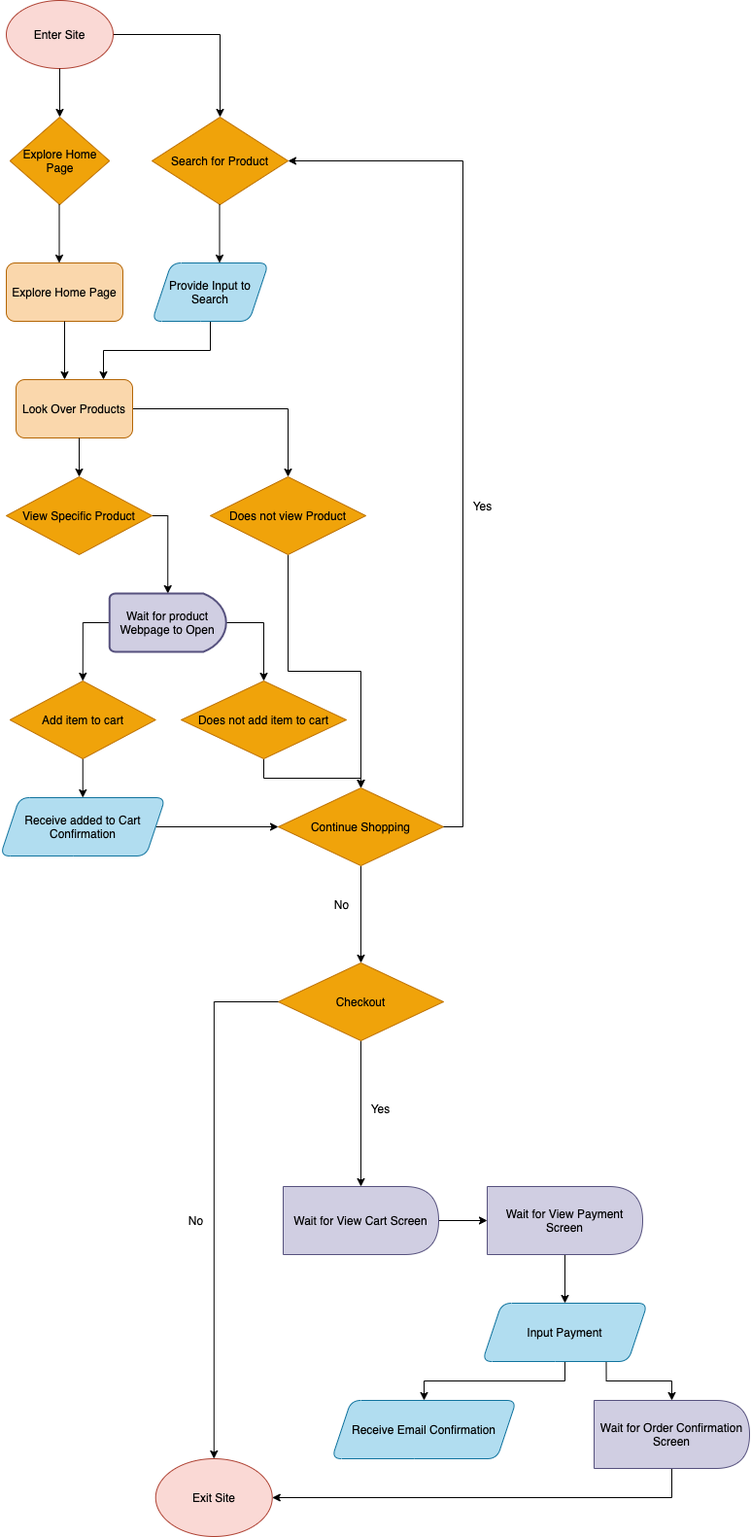
The draw.io diagram part2/part2.drawio.png in Peonylum/wi21-cse110-lab4, before a commit. Source tidied: cells renumbered, new cells last; positions are measured from the earlier drawing's top-left corner, leaving out a move shared by most shapes.
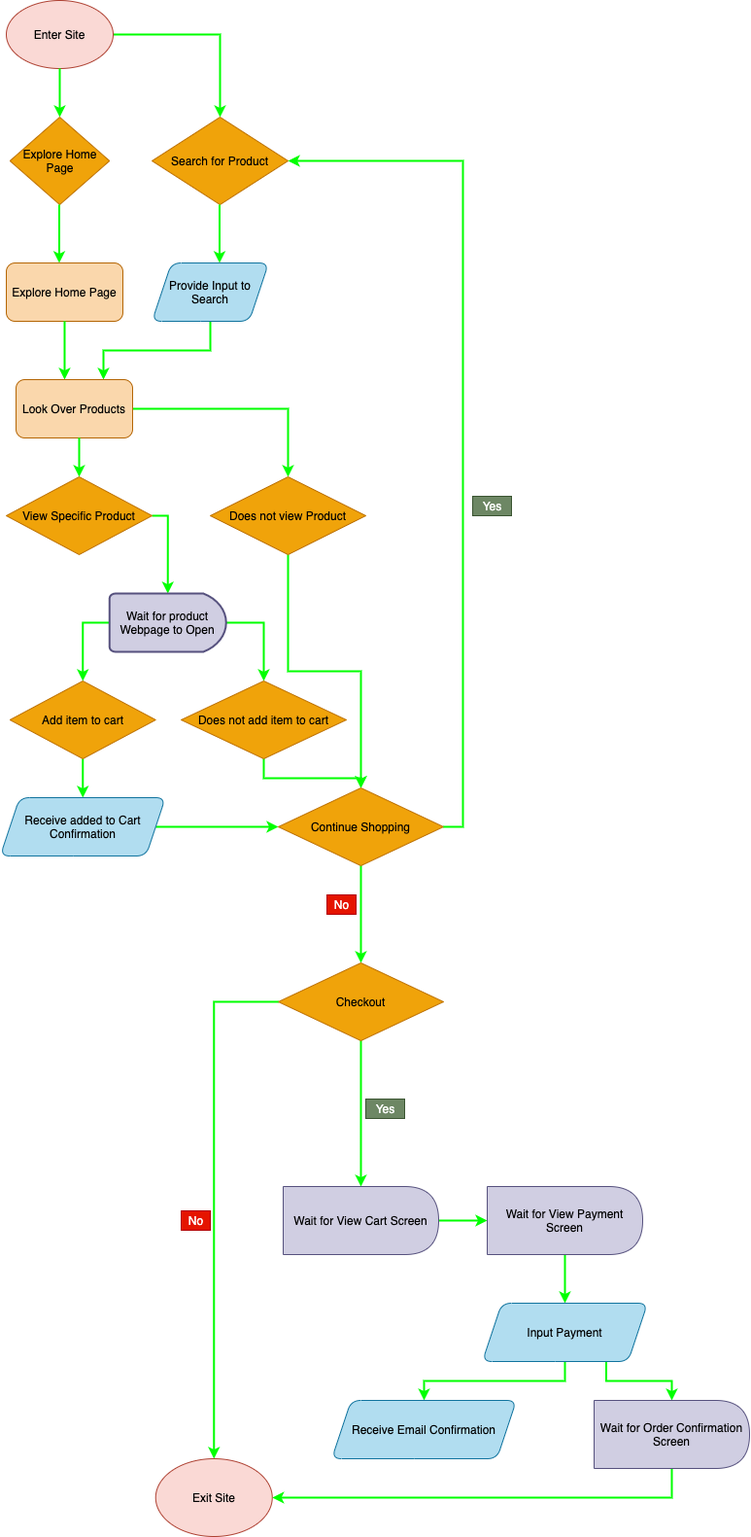
Later version of the same file.

Change to the diagram source:
```diff
@@ -2,13 +2,13 @@
   <root>
     <mxCell id="0" />
     <mxCell id="1" parent="0" />
-    <mxCell id="2" style="edgeStyle=orthogonalEdgeStyle;rounded=0;jettySize=auto;html=1;exitX=1;exitY=0.5;exitDx=0;exitDy=0;entryX=0.5;entryY=0;entryDx=0;entryDy=0;" parent="1" edge="1" source="3" target="13">
+    <mxCell id="2" style="edgeStyle=orthogonalEdgeStyle;rounded=0;jettySize=auto;html=1;exitX=1;exitY=0.5;exitDx=0;exitDy=0;entryX=0.5;entryY=0;entryDx=0;entryDy=0;strokeWidth=2;strokeColor=#00FF00;" parent="1" edge="1" source="3" target="13">
       <mxGeometry relative="1" as="geometry" />
     </mxCell>
     <mxCell id="3" value="&lt;font color=&quot;#000000&quot;&gt;Enter Site&lt;/font&gt;" style="ellipse;whiteSpace=wrap;html=1;fillColor=#fad9d5;strokeColor=#ae4132;" parent="1" vertex="1">
       <mxGeometry x="6" width="110" height="70" as="geometry" />
     </mxCell>
-    <mxCell id="4" style="endArrow=classic;html=1;exitX=0.5;exitY=1;exitDx=0;exitDy=0;" parent="1" edge="1" source="3">
+    <mxCell id="4" style="endArrow=classic;html=1;exitX=0.5;exitY=1;exitDx=0;exitDy=0;strokeWidth=2;strokeColor=#00FF00;" parent="1" edge="1" source="3">
       <mxGeometry relative="1" as="geometry">
         <mxPoint x="61" y="120" as="targetPoint" />
       </mxGeometry>
@@ -16,18 +16,18 @@
     <mxCell id="5" value="&lt;font color=&quot;#000000&quot;&gt;Explore Home Page&lt;/font&gt;" style="rounded=1;whiteSpace=wrap;html=1;fillColor=#fad7ac;strokeColor=#b46504;" parent="1" vertex="1">
       <mxGeometry x="6" y="270" width="120" height="60" as="geometry" />
     </mxCell>
-    <mxCell id="6" style="edgeStyle=orthogonalEdgeStyle;rounded=0;jettySize=auto;html=1;exitX=0.5;exitY=1;exitDx=0;exitDy=0;entryX=0.75;entryY=0;entryDx=0;entryDy=0;" parent="1" edge="1" source="7" target="10">
+    <mxCell id="6" style="edgeStyle=orthogonalEdgeStyle;rounded=0;jettySize=auto;html=1;exitX=0.5;exitY=1;exitDx=0;exitDy=0;entryX=0.75;entryY=0;entryDx=0;entryDy=0;strokeWidth=2;strokeColor=#00FF00;" parent="1" edge="1" source="7" target="10">
       <mxGeometry relative="1" as="geometry" />
     </mxCell>
     <mxCell id="7" value="&lt;font color=&quot;#000000&quot;&gt;Provide Input to Search&lt;/font&gt;" style="shape=parallelogram;perimeter=parallelogramPerimeter;whiteSpace=wrap;html=1;fixedSize=1;fillColor=#b1ddf0;strokeColor=#10739e;rounded=1;" parent="1" vertex="1">
       <mxGeometry x="156" y="270" width="120" height="60" as="geometry" />
     </mxCell>
-    <mxCell id="8" style="endArrow=classic;html=1;exitX=0.5;exitY=1;exitDx=0;exitDy=0;" parent="1" edge="1" source="5">
+    <mxCell id="8" style="endArrow=classic;html=1;exitX=0.5;exitY=1;exitDx=0;exitDy=0;strokeWidth=2;strokeColor=#00FF00;" parent="1" edge="1" source="5">
       <mxGeometry relative="1" as="geometry">
         <mxPoint x="66" y="390" as="targetPoint" />
       </mxGeometry>
     </mxCell>
-    <mxCell id="9" style="edgeStyle=orthogonalEdgeStyle;rounded=0;jettySize=auto;html=1;exitX=1;exitY=0.5;exitDx=0;exitDy=0;entryX=0.5;entryY=0;entryDx=0;entryDy=0;" parent="1" edge="1" source="10" target="30">
+    <mxCell id="9" style="edgeStyle=orthogonalEdgeStyle;rounded=0;jettySize=auto;html=1;exitX=1;exitY=0.5;exitDx=0;exitDy=0;entryX=0.5;entryY=0;entryDx=0;entryDy=0;strokeWidth=2;strokeColor=#00FF00;" parent="1" edge="1" source="10" target="30">
       <mxGeometry relative="1" as="geometry" />
     </mxCell>
     <mxCell id="10" value="&lt;font color=&quot;#000000&quot;&gt;Look Over Products&lt;/font&gt;" style="rounded=1;whiteSpace=wrap;html=1;fillColor=#fad7ac;strokeColor=#b46504;" parent="1" vertex="1">
@@ -36,7 +36,7 @@
     <mxCell id="11" value="&lt;font color=&quot;#000000&quot;&gt;Explore Home Page&lt;/font&gt;" style="rhombus;whiteSpace=wrap;html=1;rounded=0;strokeColor=#BD7000;fillColor=#f0a30a;fontColor=#ffffff;" parent="1" vertex="1">
       <mxGeometry x="9.8" y="120" width="102.5" height="90" as="geometry" />
     </mxCell>
-    <mxCell id="12" style="endArrow=classic;html=1;exitX=0.5;exitY=1;exitDx=0;exitDy=0;" parent="1" edge="1">
+    <mxCell id="12" style="endArrow=classic;html=1;exitX=0.5;exitY=1;exitDx=0;exitDy=0;strokeWidth=2;strokeColor=#00FF00;" parent="1" edge="1">
       <mxGeometry relative="1" as="geometry">
         <mxPoint x="60.5" y="210" as="sourcePoint" />
         <mxPoint x="60.5" y="270" as="targetPoint" />
@@ -45,13 +45,13 @@
     <mxCell id="13" value="&lt;font color=&quot;#000000&quot;&gt;Search for Product&lt;/font&gt;" style="rhombus;whiteSpace=wrap;html=1;rounded=0;strokeColor=#BD7000;fillColor=#f0a30a;fontColor=#ffffff;" parent="1" vertex="1">
       <mxGeometry x="156" y="120" width="140" height="90" as="geometry" />
     </mxCell>
-    <mxCell id="14" style="endArrow=classic;html=1;exitX=0.5;exitY=1;exitDx=0;exitDy=0;" parent="1" edge="1">
+    <mxCell id="14" style="endArrow=classic;html=1;exitX=0.5;exitY=1;exitDx=0;exitDy=0;strokeWidth=2;strokeColor=#00FF00;" parent="1" edge="1">
       <mxGeometry relative="1" as="geometry">
         <mxPoint x="225.5" y="210" as="sourcePoint" />
         <mxPoint x="225.5" y="270" as="targetPoint" />
       </mxGeometry>
     </mxCell>
-    <mxCell id="15" style="edgeStyle=orthogonalEdgeStyle;rounded=0;jettySize=auto;html=1;exitX=1;exitY=0.5;exitDx=0;exitDy=0;entryX=0.5;entryY=0;entryDx=0;entryDy=0;entryPerimeter=0;" parent="1" edge="1" source="16" target="20">
+    <mxCell id="15" style="edgeStyle=orthogonalEdgeStyle;rounded=0;jettySize=auto;html=1;exitX=1;exitY=0.5;exitDx=0;exitDy=0;entryX=0.5;entryY=0;entryDx=0;entryDy=0;entryPerimeter=0;strokeWidth=2;strokeColor=#00FF00;" parent="1" edge="1" source="16" target="20">
       <mxGeometry relative="1" as="geometry">
         <Array as="points">
           <mxPoint x="172" y="530" />
@@ -61,82 +61,82 @@
     <mxCell id="16" value="&lt;font color=&quot;#000000&quot;&gt;View Specific Product&lt;/font&gt;" style="rhombus;whiteSpace=wrap;html=1;rounded=0;strokeColor=#BD7000;fillColor=#f0a30a;fontColor=#ffffff;" parent="1" vertex="1">
       <mxGeometry x="6" y="490" width="150" height="80" as="geometry" />
     </mxCell>
-    <mxCell id="17" style="endArrow=classic;html=1;" parent="1" edge="1">
+    <mxCell id="17" style="endArrow=classic;html=1;strokeWidth=2;strokeColor=#00FF00;" parent="1" edge="1">
       <mxGeometry relative="1" as="geometry">
         <mxPoint x="81" y="450" as="sourcePoint" />
         <mxPoint x="81" y="490" as="targetPoint" />
       </mxGeometry>
     </mxCell>
-    <mxCell id="18" style="edgeStyle=orthogonalEdgeStyle;rounded=0;jettySize=auto;html=1;exitX=1;exitY=0.5;exitDx=0;exitDy=0;exitPerimeter=0;entryX=0.5;entryY=0;entryDx=0;entryDy=0;" parent="1" edge="1" source="20" target="24">
+    <mxCell id="18" style="edgeStyle=orthogonalEdgeStyle;rounded=0;jettySize=auto;html=1;exitX=1;exitY=0.5;exitDx=0;exitDy=0;exitPerimeter=0;entryX=0.5;entryY=0;entryDx=0;entryDy=0;strokeWidth=2;strokeColor=#00FF00;" parent="1" edge="1" source="20" target="24">
       <mxGeometry relative="1" as="geometry" />
     </mxCell>
-    <mxCell id="19" style="edgeStyle=orthogonalEdgeStyle;rounded=0;jettySize=auto;html=1;exitX=0;exitY=0.5;exitDx=0;exitDy=0;exitPerimeter=0;entryX=0.5;entryY=0;entryDx=0;entryDy=0;" parent="1" edge="1" source="20" target="22">
+    <mxCell id="19" style="edgeStyle=orthogonalEdgeStyle;rounded=0;jettySize=auto;html=1;exitX=0;exitY=0.5;exitDx=0;exitDy=0;exitPerimeter=0;entryX=0.5;entryY=0;entryDx=0;entryDy=0;strokeWidth=2;strokeColor=#00FF00;" parent="1" edge="1" source="20" target="22">
       <mxGeometry relative="1" as="geometry" />
     </mxCell>
     <mxCell id="20" value="&lt;font color=&quot;#000000&quot;&gt;Wait for product Webpage to Open&lt;/font&gt;" style="strokeWidth=2;html=1;shape=mxgraph.flowchart.delay;whiteSpace=wrap;rounded=0;fillColor=#d0cee2;strokeColor=#56517e;" parent="1" vertex="1">
       <mxGeometry x="112.2" y="610" width="120" height="60" as="geometry" />
     </mxCell>
-    <mxCell id="21" style="edgeStyle=orthogonalEdgeStyle;rounded=0;jettySize=auto;html=1;exitX=0.5;exitY=1;exitDx=0;exitDy=0;entryX=0.5;entryY=0;entryDx=0;entryDy=0;" parent="1" edge="1" source="22" target="26">
+    <mxCell id="21" style="edgeStyle=orthogonalEdgeStyle;rounded=0;jettySize=auto;html=1;exitX=0.5;exitY=1;exitDx=0;exitDy=0;entryX=0.5;entryY=0;entryDx=0;entryDy=0;strokeWidth=2;strokeColor=#00FF00;" parent="1" edge="1" source="22" target="26">
       <mxGeometry relative="1" as="geometry" />
     </mxCell>
     <mxCell id="22" value="&lt;font color=&quot;#000000&quot;&gt;Add item to cart&lt;/font&gt;" style="rhombus;whiteSpace=wrap;html=1;rounded=0;strokeColor=#BD7000;fillColor=#f0a30a;fontColor=#ffffff;" parent="1" vertex="1">
       <mxGeometry x="9.8" y="700" width="150" height="80" as="geometry" />
     </mxCell>
-    <mxCell id="23" style="edgeStyle=orthogonalEdgeStyle;rounded=0;jettySize=auto;html=1;" parent="1" edge="1" source="24" target="28">
+    <mxCell id="23" style="edgeStyle=orthogonalEdgeStyle;rounded=0;jettySize=auto;html=1;strokeWidth=2;strokeColor=#00FF00;" parent="1" edge="1" source="24" target="28">
       <mxGeometry relative="1" as="geometry" />
     </mxCell>
     <mxCell id="24" value="&lt;font color=&quot;#000000&quot;&gt;Does not add item to cart&lt;/font&gt;" style="rhombus;whiteSpace=wrap;html=1;rounded=0;strokeColor=#BD7000;fillColor=#f0a30a;fontColor=#ffffff;" parent="1" vertex="1">
       <mxGeometry x="186" y="700" width="170" height="80" as="geometry" />
     </mxCell>
-    <mxCell id="25" style="edgeStyle=orthogonalEdgeStyle;rounded=0;jettySize=auto;html=1;exitX=1;exitY=0.5;exitDx=0;exitDy=0;" parent="1" edge="1" source="26" target="28">
+    <mxCell id="25" style="edgeStyle=orthogonalEdgeStyle;rounded=0;jettySize=auto;html=1;exitX=1;exitY=0.5;exitDx=0;exitDy=0;strokeWidth=2;strokeColor=#00FF00;" parent="1" edge="1" source="26" target="28">
       <mxGeometry relative="1" as="geometry" />
     </mxCell>
     <mxCell id="26" value="&lt;font color=&quot;#000000&quot;&gt;Receive added to Cart Confirmation&lt;/font&gt;" style="shape=parallelogram;perimeter=parallelogramPerimeter;whiteSpace=wrap;html=1;fixedSize=1;fillColor=#b1ddf0;strokeColor=#10739e;rounded=1;" parent="1" vertex="1">
       <mxGeometry x="-0.2" y="820" width="170" height="60" as="geometry" />
     </mxCell>
-    <mxCell id="27" style="edgeStyle=orthogonalEdgeStyle;rounded=0;jettySize=auto;html=1;exitX=0.5;exitY=1;exitDx=0;exitDy=0;entryX=0.5;entryY=0;entryDx=0;entryDy=0;" parent="1" edge="1" source="28" target="33">
+    <mxCell id="27" style="edgeStyle=orthogonalEdgeStyle;rounded=0;jettySize=auto;html=1;exitX=0.5;exitY=1;exitDx=0;exitDy=0;entryX=0.5;entryY=0;entryDx=0;entryDy=0;strokeWidth=2;strokeColor=#00FF00;" parent="1" edge="1" source="28" target="33">
       <mxGeometry relative="1" as="geometry" />
     </mxCell>
     <mxCell id="28" value="&lt;font color=&quot;#000000&quot;&gt;Continue Shopping&lt;/font&gt;" style="rhombus;whiteSpace=wrap;html=1;rounded=0;strokeColor=#BD7000;fillColor=#f0a30a;fontColor=#ffffff;" parent="1" vertex="1">
       <mxGeometry x="286" y="810" width="170" height="80" as="geometry" />
     </mxCell>
-    <mxCell id="29" style="edgeStyle=orthogonalEdgeStyle;rounded=0;jettySize=auto;html=1;exitX=0.5;exitY=1;exitDx=0;exitDy=0;entryX=0.5;entryY=0;entryDx=0;entryDy=0;" parent="1" edge="1" source="30" target="28">
+    <mxCell id="29" style="edgeStyle=orthogonalEdgeStyle;rounded=0;jettySize=auto;html=1;exitX=0.5;exitY=1;exitDx=0;exitDy=0;entryX=0.5;entryY=0;entryDx=0;entryDy=0;strokeWidth=2;strokeColor=#00FF00;" parent="1" edge="1" source="30" target="28">
       <mxGeometry relative="1" as="geometry" />
     </mxCell>
     <mxCell id="30" value="&lt;font color=&quot;#000000&quot;&gt;Does not view Product&lt;/font&gt;" style="rhombus;whiteSpace=wrap;html=1;rounded=0;strokeColor=#BD7000;fillColor=#f0a30a;fontColor=#ffffff;" parent="1" vertex="1">
       <mxGeometry x="216" y="490" width="160" height="80" as="geometry" />
     </mxCell>
-    <mxCell id="31" style="edgeStyle=orthogonalEdgeStyle;rounded=0;jettySize=auto;html=1;exitX=1;exitY=0.5;exitDx=0;exitDy=0;entryX=1;entryY=0.5;entryDx=0;entryDy=0;" parent="1" edge="1" source="28" target="13">
+    <mxCell id="31" style="edgeStyle=orthogonalEdgeStyle;rounded=0;jettySize=auto;html=1;exitX=1;exitY=0.5;exitDx=0;exitDy=0;entryX=1;entryY=0.5;entryDx=0;entryDy=0;strokeWidth=2;strokeColor=#00FF00;" parent="1" edge="1" source="28" target="13">
       <mxGeometry relative="1" as="geometry" />
     </mxCell>
-    <mxCell id="32" style="edgeStyle=orthogonalEdgeStyle;rounded=0;jettySize=auto;html=1;exitX=0.5;exitY=1;exitDx=0;exitDy=0;entryX=0.5;entryY=0;entryDx=0;entryDy=0;" parent="1" edge="1" source="33" target="37">
+    <mxCell id="32" style="edgeStyle=orthogonalEdgeStyle;rounded=0;jettySize=auto;html=1;exitX=0.5;exitY=1;exitDx=0;exitDy=0;entryX=0.5;entryY=0;entryDx=0;entryDy=0;strokeWidth=2;strokeColor=#00FF00;" parent="1" edge="1" source="33" target="37">
       <mxGeometry relative="1" as="geometry" />
     </mxCell>
     <mxCell id="33" value="&lt;font color=&quot;#000000&quot;&gt;Checkout&lt;/font&gt;" style="rhombus;whiteSpace=wrap;html=1;rounded=0;strokeColor=#BD7000;fillColor=#f0a30a;fontColor=#ffffff;" parent="1" vertex="1">
       <mxGeometry x="286" y="990" width="170" height="80" as="geometry" />
     </mxCell>
-    <mxCell id="34" style="edgeStyle=orthogonalEdgeStyle;rounded=0;jettySize=auto;html=1;exitX=0;exitY=0.5;exitDx=0;exitDy=0;" parent="1" edge="1" source="33" target="35">
+    <mxCell id="34" style="edgeStyle=orthogonalEdgeStyle;rounded=0;jettySize=auto;html=1;exitX=0;exitY=0.5;exitDx=0;exitDy=0;strokeWidth=2;strokeColor=#00FF00;" parent="1" edge="1" source="33" target="35">
       <mxGeometry relative="1" as="geometry" />
     </mxCell>
     <mxCell id="35" value="&lt;font color=&quot;#000000&quot;&gt;Exit Site&lt;/font&gt;" style="ellipse;whiteSpace=wrap;html=1;rounded=0;strokeColor=#ae4132;fillColor=#fad9d5;" parent="1" vertex="1">
       <mxGeometry x="159.8" y="1500" width="120" height="80" as="geometry" />
     </mxCell>
-    <mxCell id="36" style="edgeStyle=orthogonalEdgeStyle;rounded=0;jettySize=auto;html=1;exitX=1;exitY=0.5;exitDx=0;exitDy=0;entryX=0;entryY=0.5;entryDx=0;entryDy=0;" parent="1" edge="1" source="37" target="39">
+    <mxCell id="36" style="edgeStyle=orthogonalEdgeStyle;rounded=0;jettySize=auto;html=1;exitX=1;exitY=0.5;exitDx=0;exitDy=0;entryX=0;entryY=0.5;entryDx=0;entryDy=0;strokeWidth=2;strokeColor=#00FF00;" parent="1" edge="1" source="37" target="39">
       <mxGeometry relative="1" as="geometry" />
     </mxCell>
     <mxCell id="37" value="&lt;font color=&quot;#000000&quot;&gt;Wait for View Cart Screen&lt;/font&gt;" style="shape=delay;whiteSpace=wrap;html=1;rounded=0;strokeColor=#56517e;fillColor=#d0cee2;" parent="1" vertex="1">
       <mxGeometry x="291" y="1220" width="160" height="70" as="geometry" />
     </mxCell>
-    <mxCell id="38" style="edgeStyle=orthogonalEdgeStyle;rounded=0;jettySize=auto;html=1;exitX=0.5;exitY=1;exitDx=0;exitDy=0;entryX=0.5;entryY=0;entryDx=0;entryDy=0;" parent="1" edge="1" source="39" target="42">
+    <mxCell id="38" style="edgeStyle=orthogonalEdgeStyle;rounded=0;jettySize=auto;html=1;exitX=0.5;exitY=1;exitDx=0;exitDy=0;entryX=0.5;entryY=0;entryDx=0;entryDy=0;strokeWidth=2;strokeColor=#00FF00;" parent="1" edge="1" source="39" target="42">
       <mxGeometry relative="1" as="geometry" />
     </mxCell>
     <mxCell id="39" value="&lt;font color=&quot;#000000&quot;&gt;Wait for View Payment Screen&lt;/font&gt;" style="shape=delay;whiteSpace=wrap;html=1;rounded=0;strokeColor=#56517e;fillColor=#d0cee2;" parent="1" vertex="1">
       <mxGeometry x="501" y="1220" width="160" height="70" as="geometry" />
     </mxCell>
-    <mxCell id="40" style="edgeStyle=orthogonalEdgeStyle;rounded=0;jettySize=auto;html=1;exitX=0.5;exitY=1;exitDx=0;exitDy=0;entryX=0.5;entryY=0;entryDx=0;entryDy=0;" parent="1" edge="1" source="42" target="43">
+    <mxCell id="40" style="edgeStyle=orthogonalEdgeStyle;rounded=0;jettySize=auto;html=1;exitX=0.5;exitY=1;exitDx=0;exitDy=0;entryX=0.5;entryY=0;entryDx=0;entryDy=0;strokeWidth=2;strokeColor=#00FF00;" parent="1" edge="1" source="42" target="43">
       <mxGeometry relative="1" as="geometry" />
     </mxCell>
-    <mxCell id="41" style="edgeStyle=orthogonalEdgeStyle;rounded=0;jettySize=auto;html=1;exitX=0.75;exitY=1;exitDx=0;exitDy=0;entryX=0.5;entryY=0;entryDx=0;entryDy=0;" parent="1" edge="1" source="42" target="45">
+    <mxCell id="41" style="edgeStyle=orthogonalEdgeStyle;rounded=0;jettySize=auto;html=1;exitX=0.75;exitY=1;exitDx=0;exitDy=0;entryX=0.5;entryY=0;entryDx=0;entryDy=0;strokeWidth=2;strokeColor=#00FF00;" parent="1" edge="1" source="42" target="45">
       <mxGeometry relative="1" as="geometry">
         <Array as="points">
           <mxPoint x="624" y="1420" />
@@ -150,23 +150,23 @@
     <mxCell id="43" value="&lt;font color=&quot;#000000&quot;&gt;Receive Email Confirmation&lt;/font&gt;" style="shape=parallelogram;perimeter=parallelogramPerimeter;whiteSpace=wrap;html=1;fixedSize=1;fillColor=#b1ddf0;strokeColor=#10739e;rounded=1;" parent="1" vertex="1">
       <mxGeometry x="341" y="1440" width="190" height="60" as="geometry" />
     </mxCell>
-    <mxCell id="44" style="edgeStyle=orthogonalEdgeStyle;rounded=0;jettySize=auto;html=1;exitX=0.5;exitY=1;exitDx=0;exitDy=0;entryX=1;entryY=0.5;entryDx=0;entryDy=0;" parent="1" edge="1" source="45" target="35">
+    <mxCell id="44" style="edgeStyle=orthogonalEdgeStyle;rounded=0;jettySize=auto;html=1;exitX=0.5;exitY=1;exitDx=0;exitDy=0;entryX=1;entryY=0.5;entryDx=0;entryDy=0;strokeWidth=2;strokeColor=#00FF00;" parent="1" edge="1" source="45" target="35">
       <mxGeometry relative="1" as="geometry" />
     </mxCell>
     <mxCell id="45" value="&lt;font color=&quot;#000000&quot;&gt;Wait for Order Confirmation Screen&lt;/font&gt;" style="shape=delay;whiteSpace=wrap;html=1;rounded=0;strokeColor=#56517e;fillColor=#d0cee2;" parent="1" vertex="1">
       <mxGeometry x="611" y="1440" width="160" height="70" as="geometry" />
     </mxCell>
-    <mxCell id="46" value="No" style="text;html=1;align=center;verticalAlign=middle;" parent="1" vertex="1">
+    <mxCell id="46" value="No" style="text;html=1;align=center;verticalAlign=middle;fillColor=#e51400;strokeColor=#B20000;fontColor=#ffffff;" parent="1" vertex="1">
       <mxGeometry x="336" y="920" width="30" height="20" as="geometry" />
     </mxCell>
-    <mxCell id="47" value="Yes" style="text;html=1;align=center;verticalAlign=middle;" parent="1" vertex="1">
-      <mxGeometry x="476" y="510" width="40" height="20" as="geometry" />
+    <mxCell id="47" value="Yes" style="text;html=1;align=center;verticalAlign=middle;fillColor=#6d8764;strokeColor=#3A5431;fontColor=#ffffff;" parent="1" vertex="1">
+      <mxGeometry x="486" y="510" width="40" height="20" as="geometry" />
     </mxCell>
-    <mxCell id="48" value="No" style="text;html=1;align=center;verticalAlign=middle;" parent="1" vertex="1">
+    <mxCell id="48" value="No" style="text;html=1;align=center;verticalAlign=middle;fillColor=#e51400;strokeColor=#B20000;fontColor=#ffffff;" parent="1" vertex="1">
       <mxGeometry x="186" y="1245" width="30" height="20" as="geometry" />
     </mxCell>
-    <mxCell id="49" value="Yes" style="text;html=1;align=center;verticalAlign=middle;" parent="1" vertex="1">
-      <mxGeometry x="371" y="1130" width="40" height="20" as="geometry" />
+    <mxCell id="49" value="Yes" style="text;html=1;align=center;verticalAlign=middle;fillColor=#6d8764;strokeColor=#3A5431;fontColor=#ffffff;" parent="1" vertex="1">
+      <mxGeometry x="376" y="1130" width="40" height="20" as="geometry" />
     </mxCell>
   </root>
 </mxGraphModel>
```
